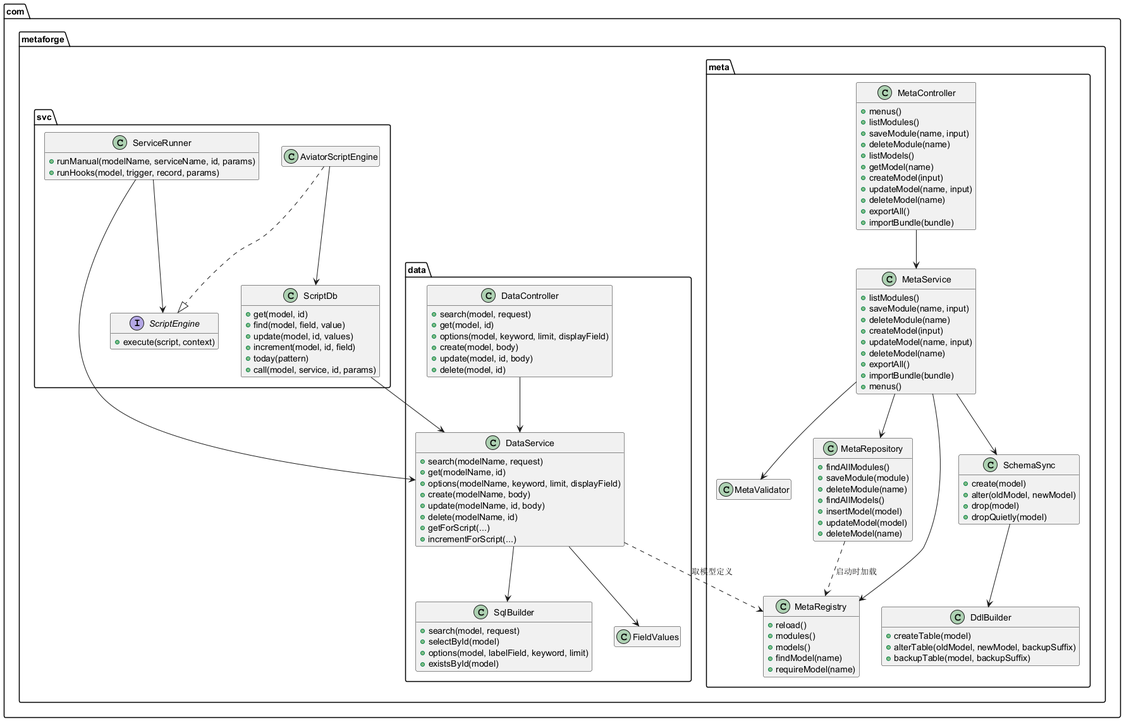
This is docs/dev-doc/images/design/04-backend-class.png from liyiming-dev/metaforge, a PlantUML export, as it was before one commit.
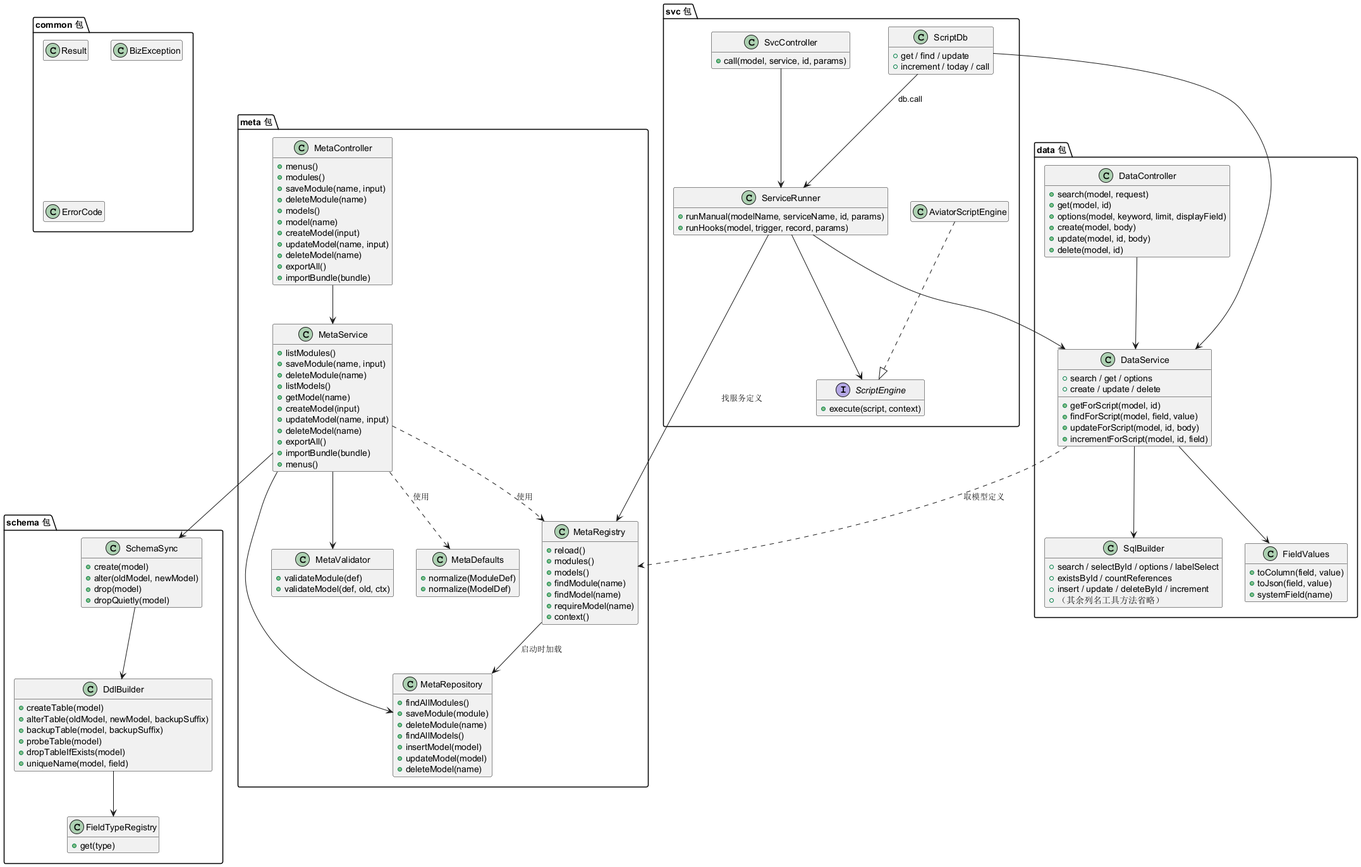
After the change.

Commit message:
docs: 按后端评审意见修订图 4、图 5

Change to the diagram source:
```diff
@@ -2,9 +2,21 @@
 skinparam shadowing false
 hide empty members
 
-package "com.metaforge.meta" {
+package "meta 包" {
   class MetaController {
     +menus()
+    +modules()
+    +saveModule(name, input)
+    +deleteModule(name)
+    +models()
+    +model(name)
+    +createModel(input)
+    +updateModel(name, input)
+    +deleteModel(name)
+    +exportAll()
+    +importBundle(bundle)
+  }
+  class MetaService {
     +listModules()
     +saveModule(name, input)
     +deleteModule(name)
@@ -15,19 +27,25 @@
     +deleteModel(name)
     +exportAll()
     +importBundle(bundle)
-  }
-  class MetaService {
-    +listModules()
-    +saveModule(name, input)
-    +deleteModule(name)
-    +createModel(input)
-    +updateModel(name, input)
-    +deleteModel(name)
-    +exportAll()
-    +importBundle(bundle)
     +menus()
   }
-  class MetaValidator
+  class MetaValidator {
+    +validateModule(def)
+    +validateModel(def, old, ctx)
+  }
+  class MetaDefaults {
+    +normalize(ModuleDef)
+    +normalize(ModelDef)
+  }
+  class MetaRegistry {
+    +reload()
+    +modules()
+    +models()
+    +findModule(name)
+    +findModel(name)
+    +requireModel(name)
+    +context()
+  }
   class MetaRepository {
     +findAllModules()
     +saveModule(module)
@@ -37,13 +55,9 @@
     +updateModel(model)
     +deleteModel(name)
   }
-  class MetaRegistry {
-    +reload()
-    +modules()
-    +models()
-    +findModel(name)
-    +requireModel(name)
-  }
+}
+
+package "schema 包" {
   class SchemaSync {
     +create(model)
     +alter(oldModel, newModel)
@@ -54,10 +68,16 @@
     +createTable(model)
     +alterTable(oldModel, newModel, backupSuffix)
     +backupTable(model, backupSuffix)
+    +probeTable(model)
+    +dropTableIfExists(model)
+    +uniqueName(model, field)
+  }
+  class FieldTypeRegistry {
+    +get(type)
   }
 }
 
-package "com.metaforge.data" {
+package "data 包" {
   class DataController {
     +search(model, request)
     +get(model, id)
@@ -67,59 +87,70 @@
     +delete(model, id)
   }
   class DataService {
-    +search(modelName, request)
-    +get(modelName, id)
-    +options(modelName, keyword, limit, displayField)
-    +create(modelName, body)
-    +update(modelName, id, body)
-    +delete(modelName, id)
-    +getForScript(...)
-    +incrementForScript(...)
+    +search / get / options
+    +create / update / delete
+    +getForScript(model, id)
+    +findForScript(model, field, value)
+    +updateForScript(model, id, body)
+    +incrementForScript(model, id, field)
   }
   class SqlBuilder {
-    +search(model, request)
-    +selectById(model)
-    +options(model, labelField, keyword, limit)
-    +existsById(model)
+    +search / selectById / options / labelSelect
+    +existsById / countReferences
+    +insert / update / deleteById / increment
+    +（其余列名工具方法省略）
   }
-  class FieldValues
+  class FieldValues {
+    +toColumn(field, value)
+    +toJson(field, value)
+    +systemField(name)
+  }
 }
 
-package "com.metaforge.svc" {
+package "svc 包" {
+  class SvcController {
+    +call(model, service, id, params)
+  }
+  class ServiceRunner {
+    +runManual(modelName, serviceName, id, params)
+    +runHooks(model, trigger, record, params)
+  }
   interface ScriptEngine {
     +execute(script, context)
   }
   class AviatorScriptEngine
-  class ServiceRunner {
-    +runManual(modelName, serviceName, id, params)
-    +runHooks(model, trigger, record, params)
-  }
   class ScriptDb {
-    +get(model, id)
-    +find(model, field, value)
-    +update(model, id, values)
-    +increment(model, id, field)
-    +today(pattern)
-    +call(model, service, id, params)
+    +get / find / update
+    +increment / today / call
   }
 }
 
+package "common 包" {
+  class Result
+  class BizException
+  class ErrorCode
+}
+
 MetaController --> MetaService
+MetaService --> MetaRepository
 MetaService --> MetaValidator
-MetaService --> MetaRepository
-MetaService --> MetaRegistry
 MetaService --> SchemaSync
+MetaService ..> MetaRegistry : 使用
+MetaService ..> MetaDefaults : 使用
+MetaRegistry --> MetaRepository : 启动时加载
 SchemaSync --> DdlBuilder
-MetaRepository ..> MetaRegistry : 启动时加载
+DdlBuilder --> FieldTypeRegistry
 
 DataController --> DataService
 DataService --> SqlBuilder
 DataService --> FieldValues
 DataService ..> MetaRegistry : 取模型定义
 
+SvcController --> ServiceRunner
+ServiceRunner --> MetaRegistry : 找服务定义
 ServiceRunner --> ScriptEngine
 ServiceRunner --> DataService
 AviatorScriptEngine ..|> ScriptEngine
-AviatorScriptEngine --> ScriptDb
 ScriptDb --> DataService
+ScriptDb --> ServiceRunner : db.call
 @enduml
```
